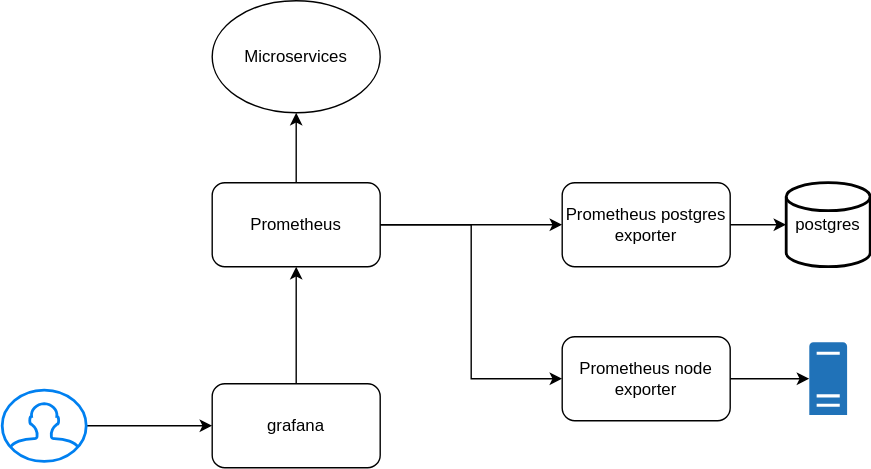
Dankoy/jforwarder keeps this draw.io diagram as jforwarder-monitoring.drawio.svg. Above is the earlier version. Source tidied: cells renumbered, new cells last; positions are measured from the earlier drawing's top-left corner, leaving out a move shared by most shapes.
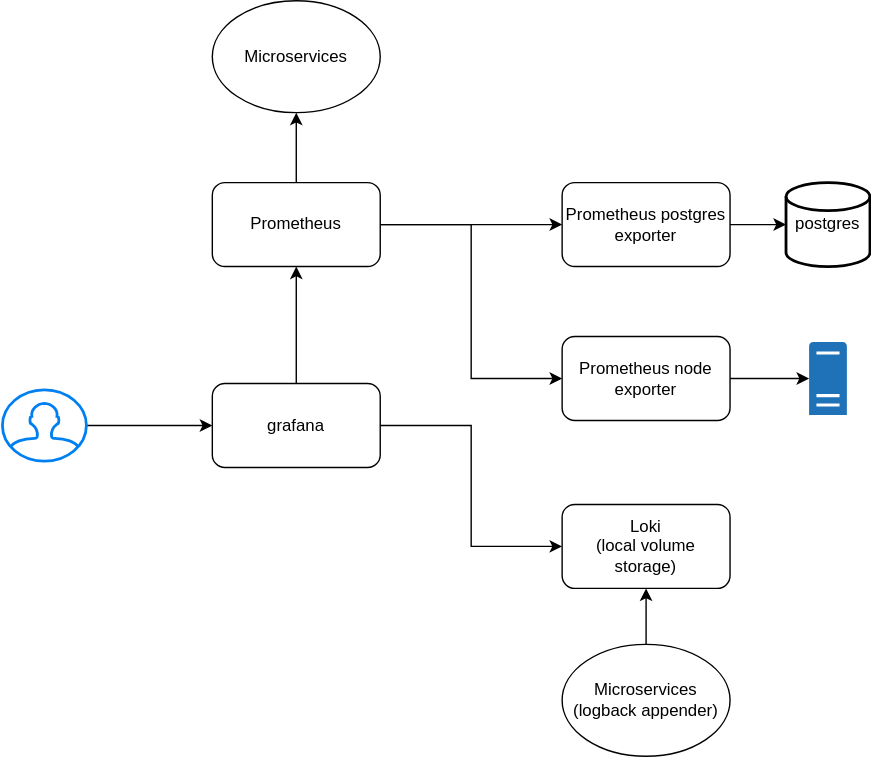
After the change.

Diff of the diagram source:
```diff
@@ -35,6 +35,9 @@
     <mxCell id="12" style="edgeStyle=orthogonalEdgeStyle;rounded=0;jettySize=auto;html=1;entryX=0.5;entryY=1;entryDx=0;entryDy=0;" parent="1" edge="1" source="13" target="5">
       <mxGeometry relative="1" as="geometry" />
     </mxCell>
+    <mxCell id="17" style="edgeStyle=orthogonalEdgeStyle;rounded=0;jettySize=auto;html=1;entryX=0;entryY=0.5;entryDx=0;entryDy=0;" parent="1" edge="1" source="13" target="18">
+      <mxGeometry relative="1" as="geometry" />
+    </mxCell>
     <mxCell id="13" value="grafana" style="rounded=1;whiteSpace=wrap;html=1;" parent="1" vertex="1">
       <mxGeometry x="150" y="273.6" width="120" height="60" as="geometry" />
     </mxCell>
@@ -47,5 +50,14 @@
     <mxCell id="16" value="&lt;div&gt;Microservices&lt;/div&gt;" style="ellipse;whiteSpace=wrap;html=1;" parent="1" vertex="1">
       <mxGeometry x="150" width="120" height="80" as="geometry" />
     </mxCell>
+    <mxCell id="18" value="&lt;div&gt;Loki&lt;/div&gt;&lt;div&gt;(local volume storage)&lt;br&gt;&lt;/div&gt;" style="rounded=1;whiteSpace=wrap;html=1;" parent="1" vertex="1">
+      <mxGeometry x="400" y="360" width="120" height="60" as="geometry" />
+    </mxCell>
+    <mxCell id="19" style="edgeStyle=orthogonalEdgeStyle;rounded=0;jettySize=auto;html=1;" parent="1" edge="1" source="20" target="18">
+      <mxGeometry relative="1" as="geometry" />
+    </mxCell>
+    <mxCell id="20" value="&lt;div&gt;Microservices&lt;/div&gt;&lt;div&gt;(logback appender)&lt;br&gt;&lt;/div&gt;" style="ellipse;whiteSpace=wrap;html=1;" parent="1" vertex="1">
+      <mxGeometry x="400" y="460" width="120" height="80" as="geometry" />
+    </mxCell>
   </root>
 </mxGraphModel>
```
